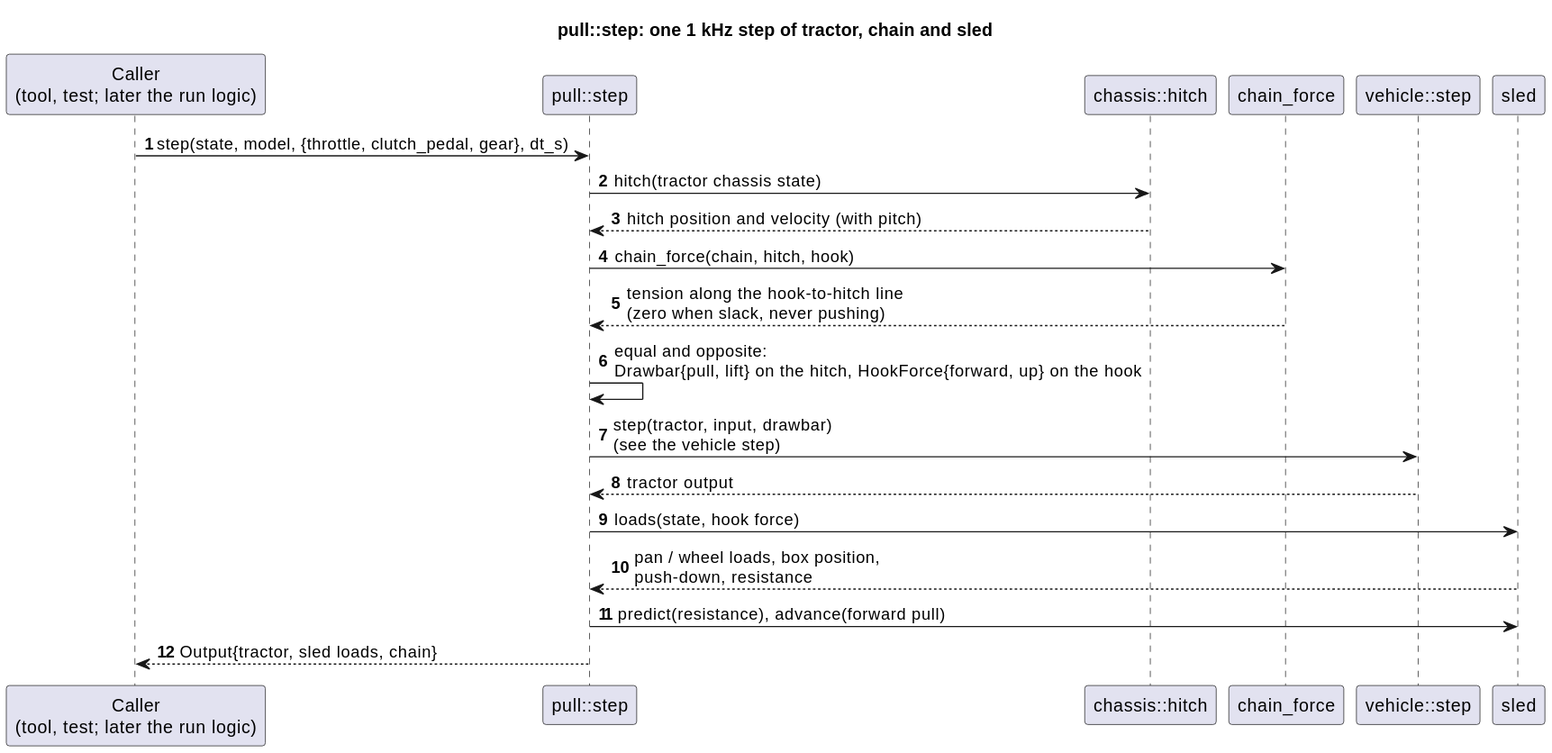
This is docs/diagrams/svg/pull_step_sequence.svg from wversteeg/TractorPulling, a PlantUML export, as it was before one commit.
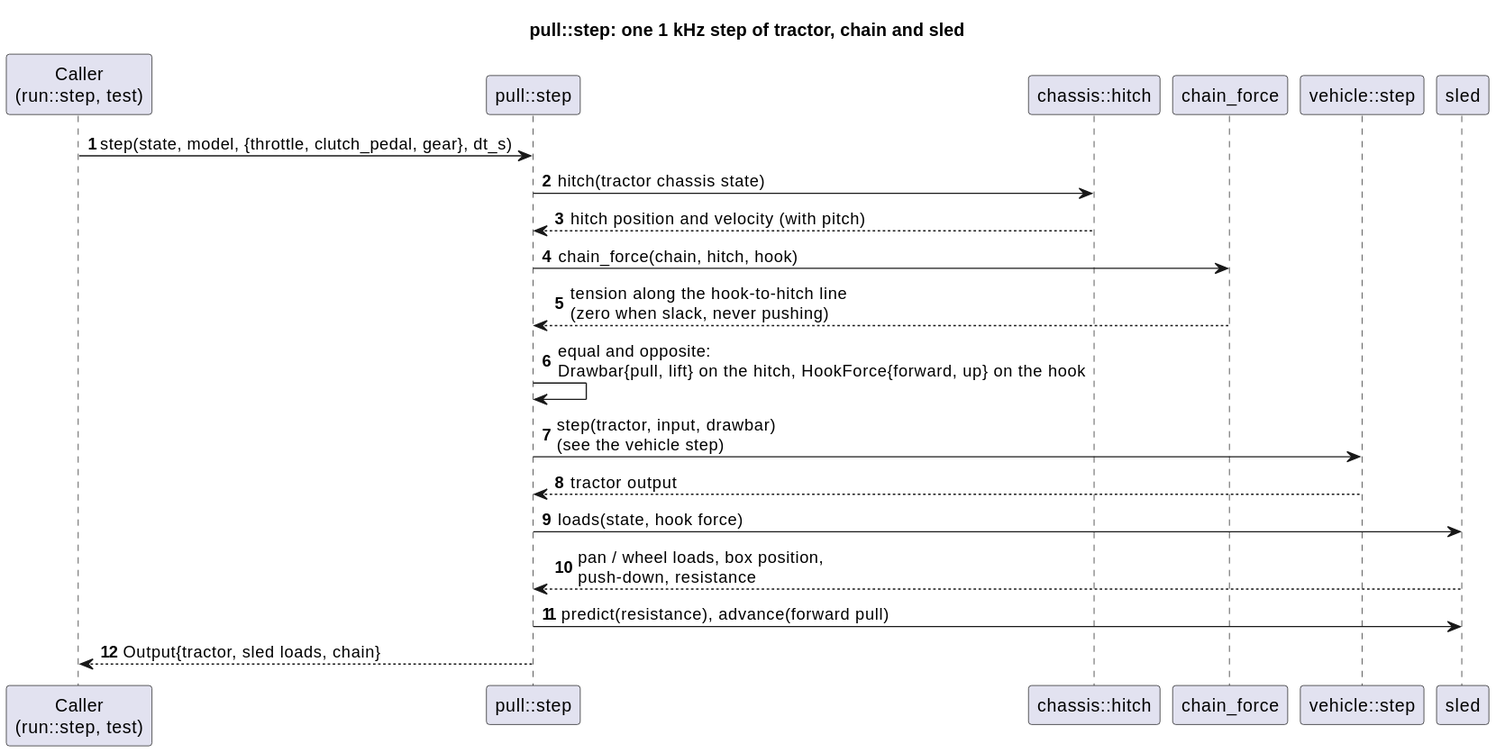
The same diagram one commit later.

Change to the diagram source:
```diff
@@ -1,7 +1,7 @@
 @startuml
 title pull::step: one 1 kHz step of tractor, chain and sled
 autonumber
-participant "Caller\n(tool, test; later the run logic)" as Caller
+participant "Caller\n(run::step, test)" as Caller
 participant "pull::step" as Step
 participant "chassis::hitch" as Hitch
 participant "chain_force" as Chain
```
